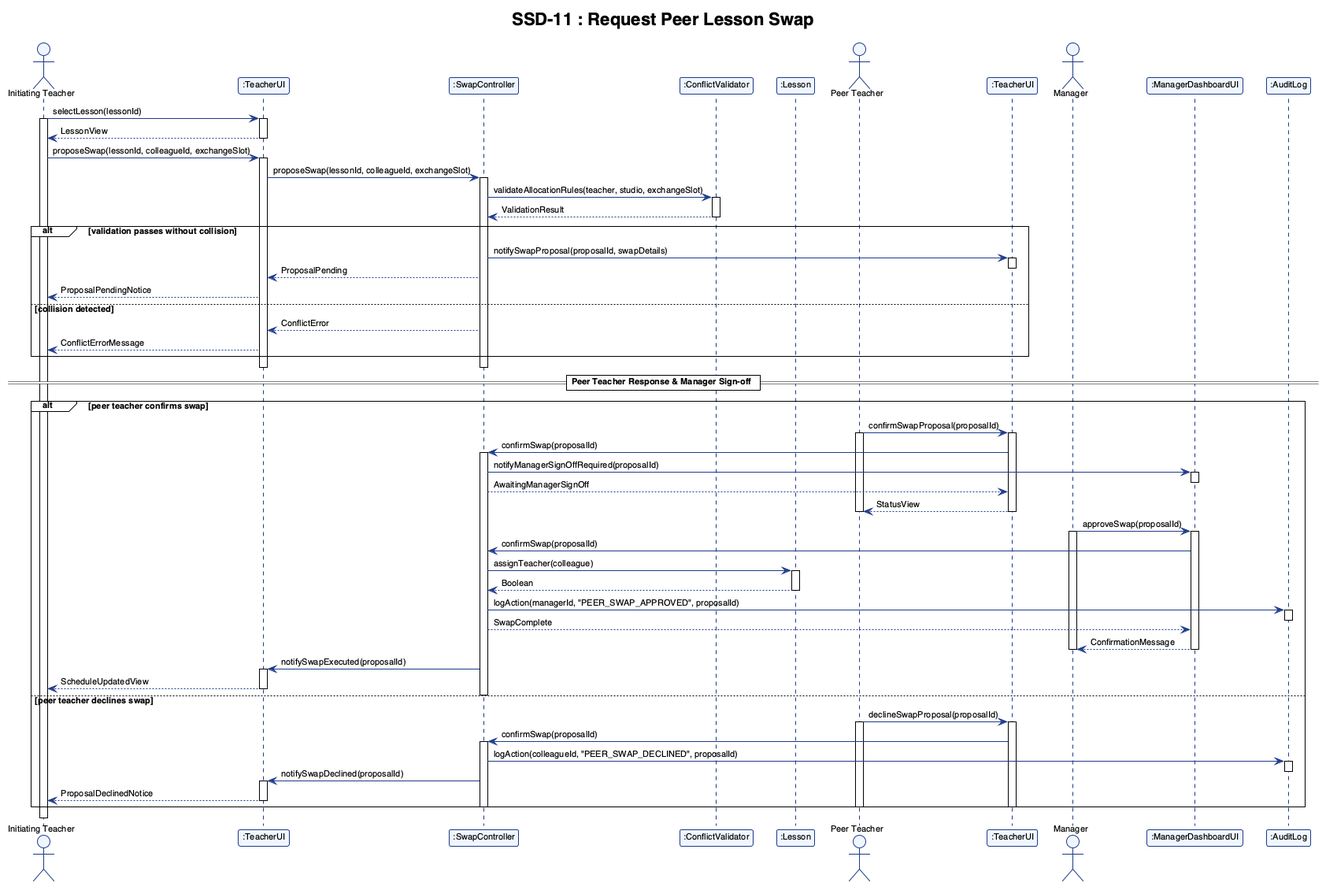
Before: report/assets/ssd_11.png, a diagram exported from PlantUML (adoreblvnk/2001temp).
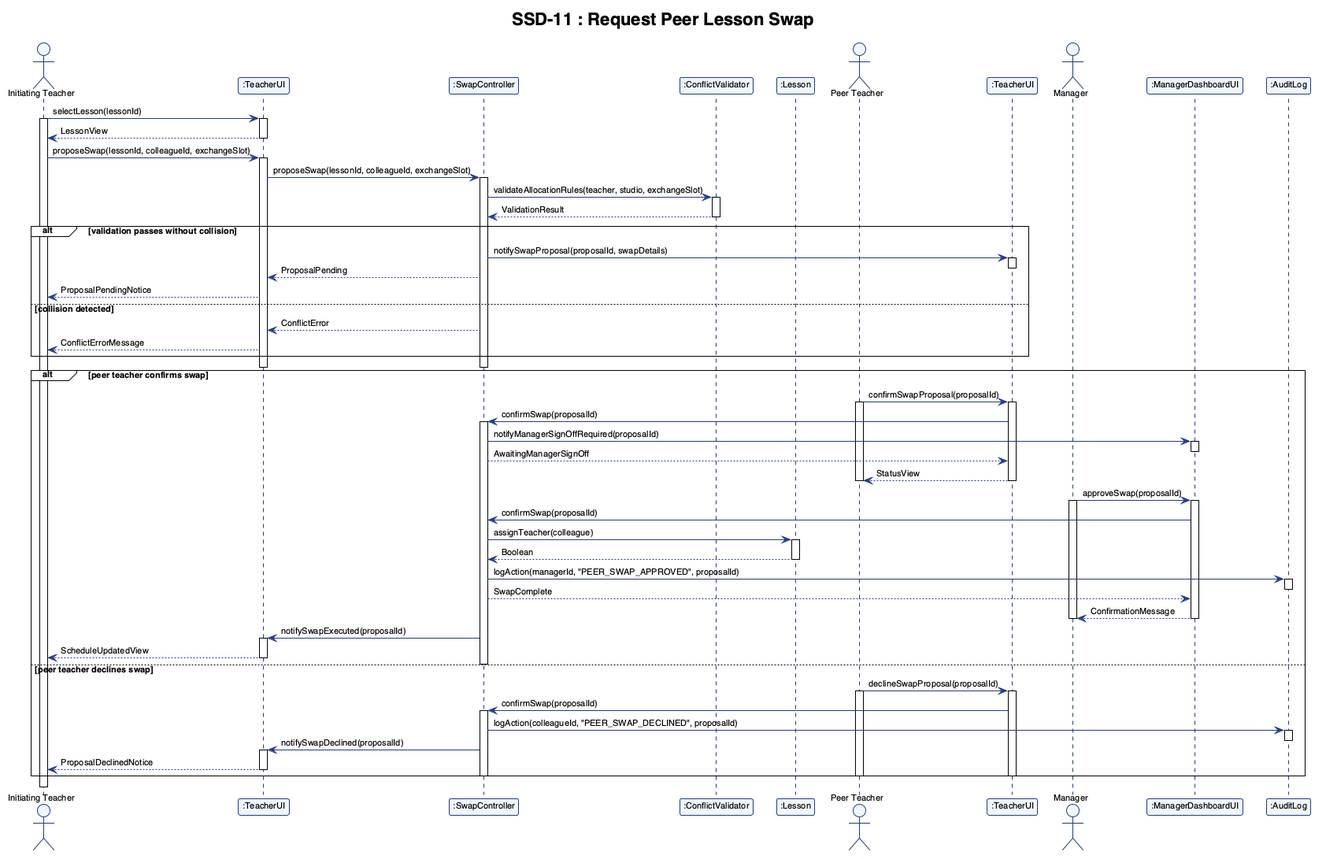
The same diagram one commit later.

The edit, as a diff of the source:
```diff
@@ -57,7 +57,6 @@
 deactivate SwapController
 deactivate TeacherUI
 
-== Peer Teacher Response & Manager Sign-off ==
 
 alt peer teacher confirms swap
     Colleague -> ColleagueUI : confirmSwapProposal(proposalId)
```
